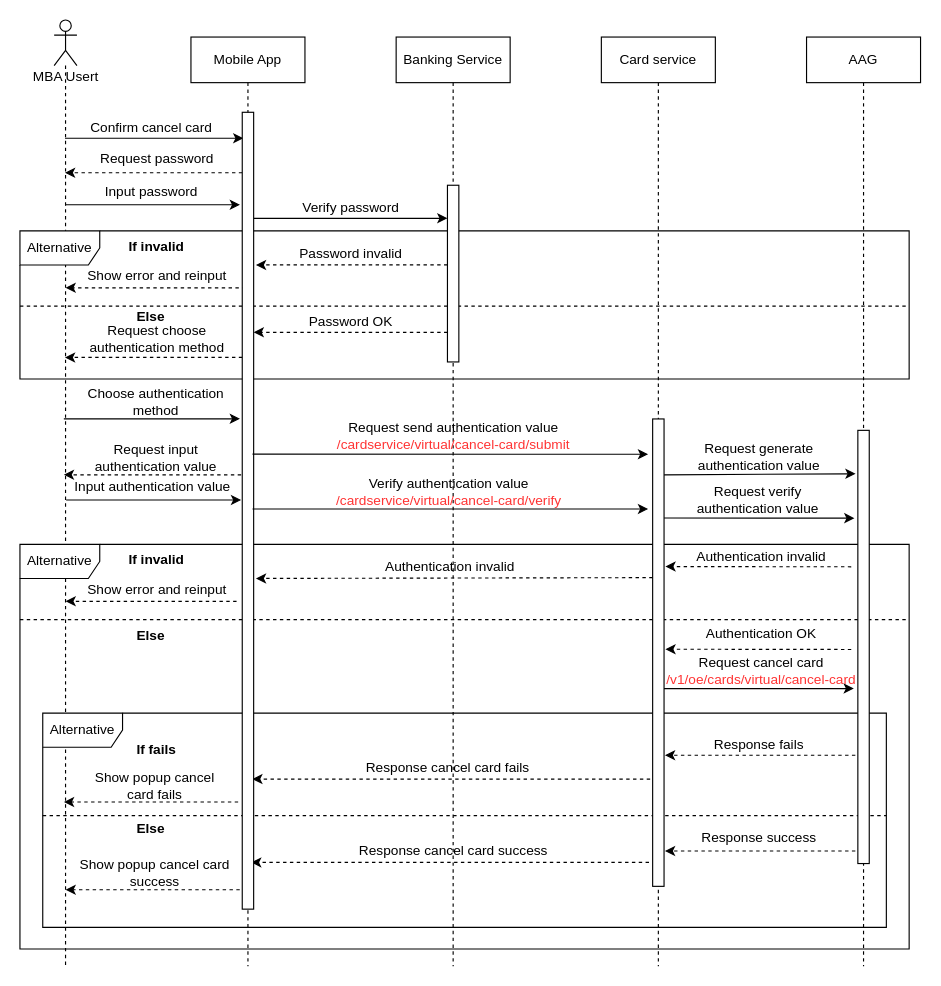
Before: page "Cancel-card-confirm" (13 of 15) of Sequence Diagram.drawio in lyminh1994/diagram, a draw.io diagram. Source tidied: cells renumbered, new cells numbered last; positions are measured from the earlier drawing's top-left corner, leaving out a move shared by most shapes. Both pictures are drawn from the tidied source at 114%, with x=0, y=0 at pixel (19, 19).
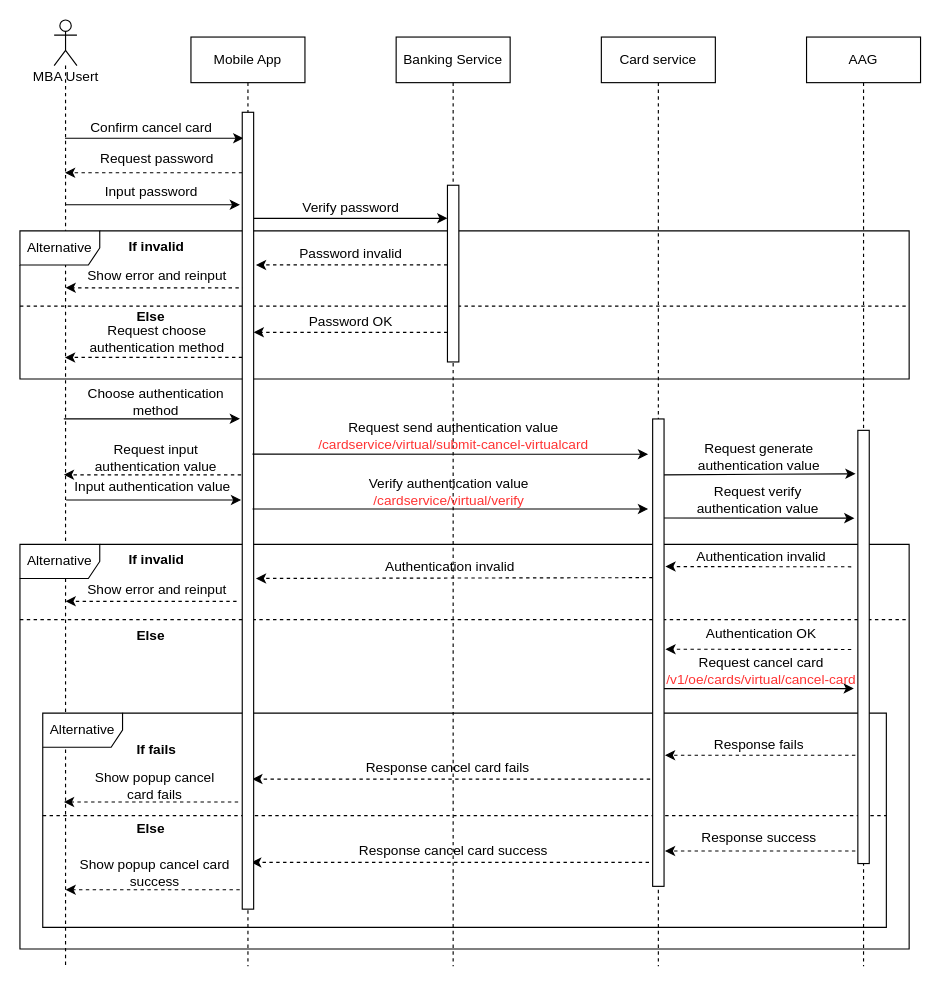
The same diagram, later.

Diff of the diagram source:
```diff
@@
-    <mxCell id="60" value="Request send authentication value&lt;br&gt;&lt;span style=&quot;color: rgb(255 , 51 , 51)&quot;&gt;/cardservice/virtual/cancel-card/submit&lt;/span&gt;" style="text;html=1;align=center;verticalAlign=middle;strokeColor=none;fontSize=12;" parent="1" vertex="1">
-      <mxGeometry x="270" y="350" width="220" height="30" as="geometry" />
+    <mxCell id="60" value="Request send authentication value&lt;br&gt;&lt;span style=&quot;color: rgb(255 , 51 , 51)&quot;&gt;/cardservice/virtual/submit-&lt;/span&gt;&lt;span style=&quot;color: rgb(255 , 51 , 51)&quot;&gt;cancel-virtualcard&lt;/span&gt;" style="text;html=1;align=center;verticalAlign=middle;strokeColor=none;fontSize=12;" parent="1" vertex="1">
+      <mxGeometry x="255" y="350" width="250" height="30" as="geometry" />
     </mxCell>
@@
-    <mxCell id="62" value="Verify authentication value&lt;br&gt;&lt;span style=&quot;color: rgb(255 , 51 , 51)&quot;&gt;/cardservice/virtual/cancel-card/verify&lt;/span&gt;" style="text;html=1;align=center;verticalAlign=middle;strokeColor=none;fontSize=12;" parent="1" vertex="1">
-      <mxGeometry x="270.8" y="399" width="210" height="30" as="geometry" />
+    <mxCell id="62" value="Verify authentication value&lt;br&gt;&lt;span style=&quot;color: rgb(255 , 51 , 51)&quot;&gt;/cardservice/virtual/verify&lt;/span&gt;" style="text;html=1;align=center;verticalAlign=middle;strokeColor=none;fontSize=12;" parent="1" vertex="1">
+      <mxGeometry x="295.8" y="399" width="160" height="30" as="geometry" />
     </mxCell>
```
